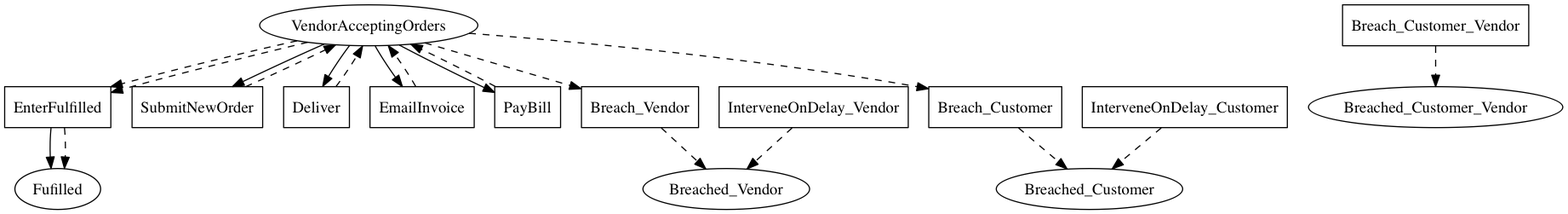
The Graphviz diagram linear_state_machine_language/pyL4/examples/out_graphviz/hvitved_master_sales_agreement_full_without_future_obligations.png in Marcao02/complaw-deeptech, before a commit. Its source is kept beside it as linear_state_machine_language/pyL4/examples/out_graphviz/hvitved_master_sales_agreement_full_without_future_obligations.dot.
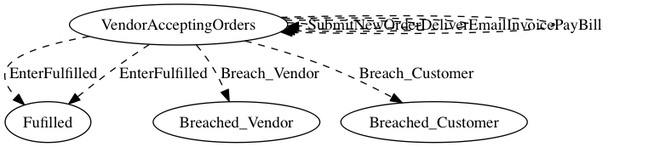
After the change.

The edit, as a diff of the source:
```diff
@@ -1,45 +1,23 @@
 
 digraph Master_Sales_Agreement {
     Fulfilled[label=Fufilled];
-    VendorAcceptingOrders[label=VendorAcceptingOrders];
-	Breached_Vendor[label=Breached_Vendor];
-	Breached_Customer[label=Breached_Customer];
-	Breached_Customer_Vendor[label=Breached_Customer_Vendor]
-
-    EnterFulfilled[label=EnterFufilled,shape=box];
-    EnterFulfilled[label=EnterFulfilled,shape=box];
-	SubmitNewOrder[label=SubmitNewOrder,shape=box];
-	Deliver[label=Deliver,shape=box];
-	EmailInvoice[label=EmailInvoice,shape=box];
-	PayBill[label=PayBill,shape=box];
-	Breach_Vendor[label=Breach_Vendor,shape=box];
-	Breach_Customer[label=Breach_Customer,shape=box];
-	Breach_Customer_Vendor[label=Breach_Customer_Vendor,shape=box];
-	InterveneOnDelay_Customer[label=InterveneOnDelay_Customer,shape=box];
-	InterveneOnDelay_Vendor[label=InterveneOnDelay_Vendor,shape=box]
-
-    EnterFulfilled -> Fulfilled;
-
-    VendorAcceptingOrders -> SubmitNewOrder;
-	VendorAcceptingOrders -> Deliver;
-	VendorAcceptingOrders -> Breach_Vendor [style=dashed];
-	VendorAcceptingOrders -> EmailInvoice;
-	VendorAcceptingOrders -> PayBill;
-	VendorAcceptingOrders -> Breach_Customer [style=dashed];
-	VendorAcceptingOrders -> EnterFulfilled [style=dashed];
-	VendorAcceptingOrders -> EnterFulfilled [style=dashed]
-
-    EnterFulfilled -> Fulfilled [style=dashed];
-	SubmitNewOrder -> VendorAcceptingOrders [style=dashed];
-	Deliver -> VendorAcceptingOrders [style=dashed];
-	EmailInvoice -> VendorAcceptingOrders [style=dashed];
-	PayBill -> VendorAcceptingOrders [style=dashed];
-	Breach_Vendor -> Breached_Vendor [style=dashed];
-	Breach_Customer -> Breached_Customer [style=dashed];
-	Breach_Customer_Vendor -> Breached_Customer_Vendor [style=dashed];
-	InterveneOnDelay_Customer -> Breached_Customer [style=dashed];
-	InterveneOnDelay_Vendor -> Breached_Vendor [style=dashed];
+    VendorAcceptingOrders[label=VendorAcceptingOrders]
 
 
 
+
+
+
+
+    VendorAcceptingOrders -> Breached_Vendor [style=dashed,label=Breach_Vendor];
+	VendorAcceptingOrders -> Breached_Customer [style=dashed,label=Breach_Customer];
+	VendorAcceptingOrders -> Fulfilled [style=dashed,label=EnterFulfilled];
+	VendorAcceptingOrders -> Fulfilled [style=dashed,label=EnterFulfilled];
+
+
+    VendorAcceptingOrders -> VendorAcceptingOrders [style=dashed,label=SubmitNewOrder];
+	VendorAcceptingOrders -> VendorAcceptingOrders [style=dashed,label=Deliver];
+	VendorAcceptingOrders -> VendorAcceptingOrders [style=dashed,label=EmailInvoice];
+	VendorAcceptingOrders -> VendorAcceptingOrders [style=dashed,label=PayBill];
+
 }
```
